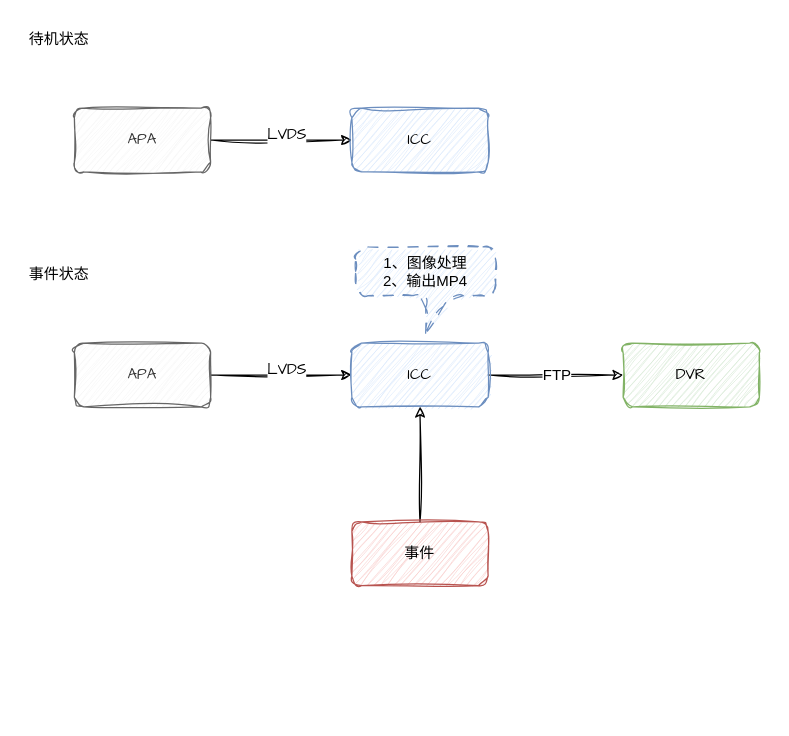
Before: 哨兵模式.drawio in TryLoveCatch/charts, a draw.io diagram. Source tidied: cells renumbered, new cells numbered last; positions are measured from the earlier drawing's top-left corner, leaving out a move shared by most shapes. Both pictures are drawn from the tidied source at 125%, with x=0, y=0 at pixel (21, 21).
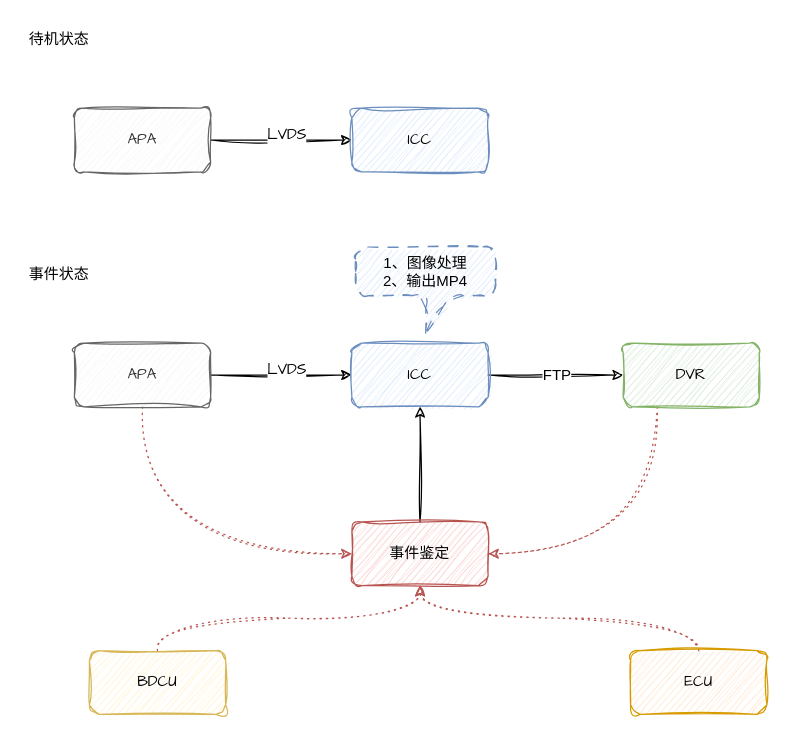
The same diagram, later.

Commit message (it also covers changes not shown here):
更新哨兵模式.drawio

The change refers to these unchanged cells:
```xml
<mxCell id="10" value="APA" style="rounded=1;whiteSpace=wrap;html=1;sketch=1;curveFitting=1;jiggle=2;fillColor=#f5f5f5;fontColor=#333333;strokeColor=#666666;fontFamily=Comic Sans MS;" parent="1" vertex="1">
  <mxGeometry x="42" y="257" width="109" height="51" as="geometry" />
</mxCell>
<mxCell id="16" value="DVR" style="rounded=1;whiteSpace=wrap;html=1;sketch=1;curveFitting=1;jiggle=2;fillColor=#d5e8d4;strokeColor=#82b366;fontFamily=Comic Sans MS;" parent="1" vertex="1">
  <mxGeometry x="481" y="257" width="109" height="51" as="geometry" />
</mxCell>
```

What changed in the source:
```diff
@@
+    <mxCell id="18" style="edgeStyle=orthogonalEdgeStyle;shape=connector;curved=1;rounded=1;sketch=1;jiggle=2;curveFitting=1;jettySize=auto;html=1;exitX=0.5;exitY=1;exitDx=0;exitDy=0;entryX=0;entryY=0.5;entryDx=0;entryDy=0;labelBackgroundColor=default;strokeColor=#b85450;fontFamily=Helvetica;fontSize=12;fontColor=default;endArrow=classic;dashed=1;dashPattern=1 4;fillColor=#f8cecc;" parent="1" edge="1" source="10" target="15">
+      <mxGeometry relative="1" as="geometry" />
+    </mxCell>
@@
-    <mxCell id="15" value="事件" style="rounded=1;whiteSpace=wrap;html=1;sketch=1;curveFitting=1;jiggle=2;fillColor=#f8cecc;strokeColor=#b85450;fontFamily=Comic Sans MS;" parent="1" vertex="1">
+    <mxCell id="15" value="事件鉴定" style="rounded=1;whiteSpace=wrap;html=1;sketch=1;curveFitting=1;jiggle=2;fillColor=#f8cecc;strokeColor=#b85450;fontFamily=Comic Sans MS;" parent="1" vertex="1">
       <mxGeometry x="264" y="400" width="109" height="51" as="geometry" />
     </mxCell>
+    <mxCell id="19" style="edgeStyle=orthogonalEdgeStyle;shape=connector;sketch=1;jiggle=2;curveFitting=1;jettySize=auto;html=1;exitX=0.25;exitY=1;exitDx=0;exitDy=0;entryX=1;entryY=0.5;entryDx=0;entryDy=0;labelBackgroundColor=default;strokeColor=#b85450;fontFamily=Helvetica;fontSize=12;fontColor=default;endArrow=classic;curved=1;dashed=1;fillColor=#f8cecc;dashPattern=1 4;" parent="1" edge="1" source="16" target="15">
+      <mxGeometry relative="1" as="geometry" />
+    </mxCell>
@@
+    <mxCell id="20" style="edgeStyle=orthogonalEdgeStyle;shape=connector;curved=1;rounded=1;sketch=1;jiggle=2;curveFitting=1;jettySize=auto;html=1;exitX=0.5;exitY=0;exitDx=0;exitDy=0;entryX=0.5;entryY=1;entryDx=0;entryDy=0;labelBackgroundColor=default;strokeColor=#b85450;fontFamily=Helvetica;fontSize=12;fontColor=default;endArrow=classic;fillColor=#f8cecc;dashed=1;dashPattern=1 4;" parent="1" edge="1" source="21" target="15">
+      <mxGeometry relative="1" as="geometry" />
+    </mxCell>
+    <mxCell id="21" value="BDCU" style="rounded=1;whiteSpace=wrap;html=1;sketch=1;curveFitting=1;jiggle=2;fillColor=#fff2cc;strokeColor=#d6b656;fontFamily=Comic Sans MS;" parent="1" vertex="1">
+      <mxGeometry x="54" y="503" width="109" height="51" as="geometry" />
+    </mxCell>
+    <mxCell id="22" style="edgeStyle=orthogonalEdgeStyle;shape=connector;curved=1;rounded=1;sketch=1;jiggle=2;curveFitting=1;jettySize=auto;html=1;exitX=0.5;exitY=0;exitDx=0;exitDy=0;entryX=0.5;entryY=1;entryDx=0;entryDy=0;labelBackgroundColor=default;strokeColor=#b85450;fontFamily=Helvetica;fontSize=12;fontColor=default;endArrow=classic;dashed=1;dashPattern=1 4;fillColor=#f8cecc;" parent="1" edge="1" source="23" target="15">
+      <mxGeometry relative="1" as="geometry" />
+    </mxCell>
+    <mxCell id="23" value="ECU" style="rounded=1;whiteSpace=wrap;html=1;sketch=1;curveFitting=1;jiggle=2;fillColor=#ffe6cc;strokeColor=#d79b00;fontFamily=Comic Sans MS;" parent="1" vertex="1">
+      <mxGeometry x="487" y="503" width="109" height="51" as="geometry" />
+    </mxCell>
```
